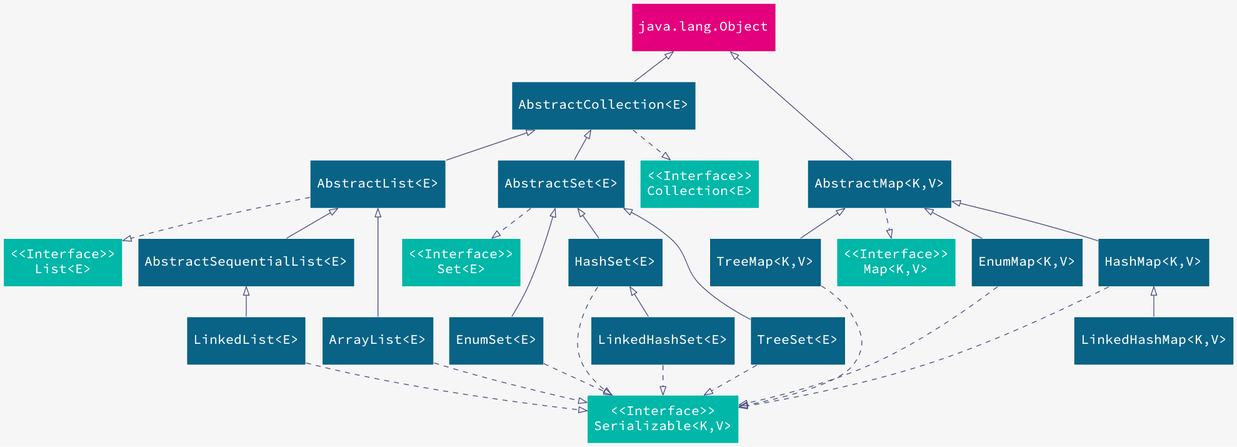
The Graphviz diagram static/image/2019/07/java-collections.png in Jeanhwea/jeanhwea.github.io, before a commit. Its source is kept beside it as static/image/2019/07/java-collections.dot.
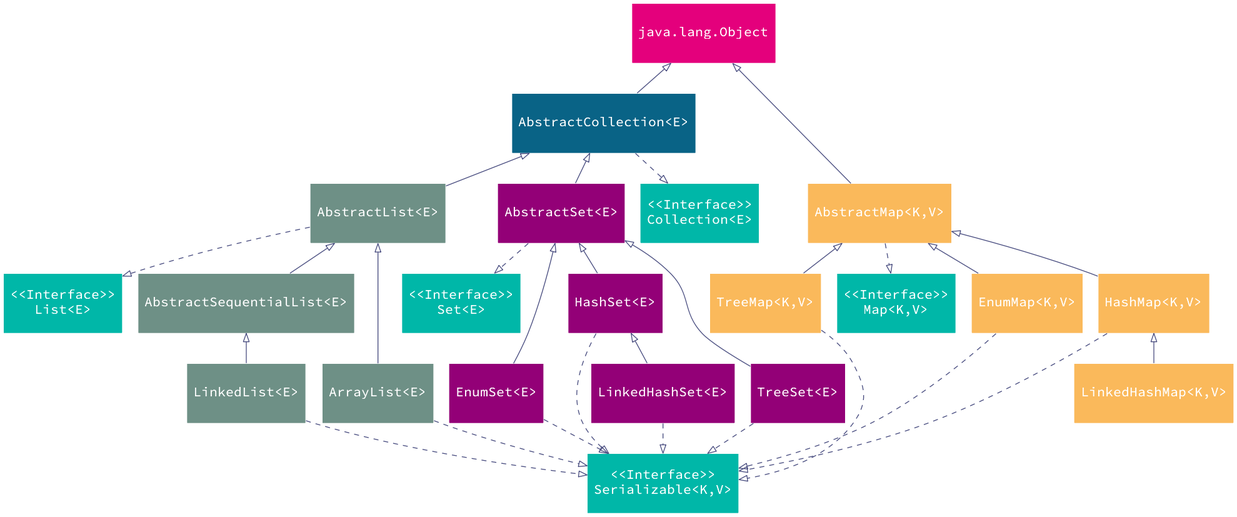
The same diagram one commit later.

What changed in the source:
```diff
@@ -1,5 +1,4 @@
 digraph javaCollection {
-  bgcolor="#f6f6f6"
   node [
     shape=box;
     style="filled";
@@ -7,7 +6,7 @@
     fontsize=16;
     color="#ffffff";
     fontcolor="#ffffff";
-    height=0.8;
+    height=1;
   ];
 
   edge [
@@ -26,22 +25,21 @@
 
   node [fillcolor="#096386"];
   abstract_collection [label="AbstractCollection\<E\>"];
-  {
-    rank=same;
-    abstract_set; abstract_list; abstract_map;
-  }
 
+  node [fillcolor="#930077"];
   abstract_set [label="AbstractSet\<E\>"];
   enum_set [label="EnumSet\<E\>"];
   hash_set [label="HashSet\<E\>"];
   linked_hash_set [label="LinkedHashSet\<E\>"];
   tree_set [label="TreeSet\<E\>"];
 
+  node [fillcolor="#6e9086"];
   abstract_list [label="AbstractList\<E\>"];
   abstract_sequential_list [label="AbstractSequentialList\<E\>"];
   array_list [label="ArrayList\<E\>"];
   linked_list [label="LinkedList\<E\>"];
 
+  node [fillcolor="#fab95b"];
   abstract_map [label="AbstractMap\<K,V\>"];
   enum_map [label="EnumMap\<K,V\>"];
   hash_map [label="HashMap\<K,V\>"];
@@ -73,15 +71,19 @@
     enum_map,
     hash_map,
     tree_map
- } -> serializable;
+  } -> serializable;
 
- edge [style=invis];
- {
-   abstract_list -> abstract_set -> abstract_map;
-   list -> set -> map;
- }
- {
-   rank=same;
-   list; set; map;
- }
+  {
+    rank=same;
+    abstract_set; abstract_list; abstract_map;
+  }
+  edge [style=invis];
+  {
+    abstract_list -> abstract_set -> abstract_map;
+    list -> set -> map;
+  }
+  {
+    rank=same;
+    list; set; map;
+  }
 }
```
